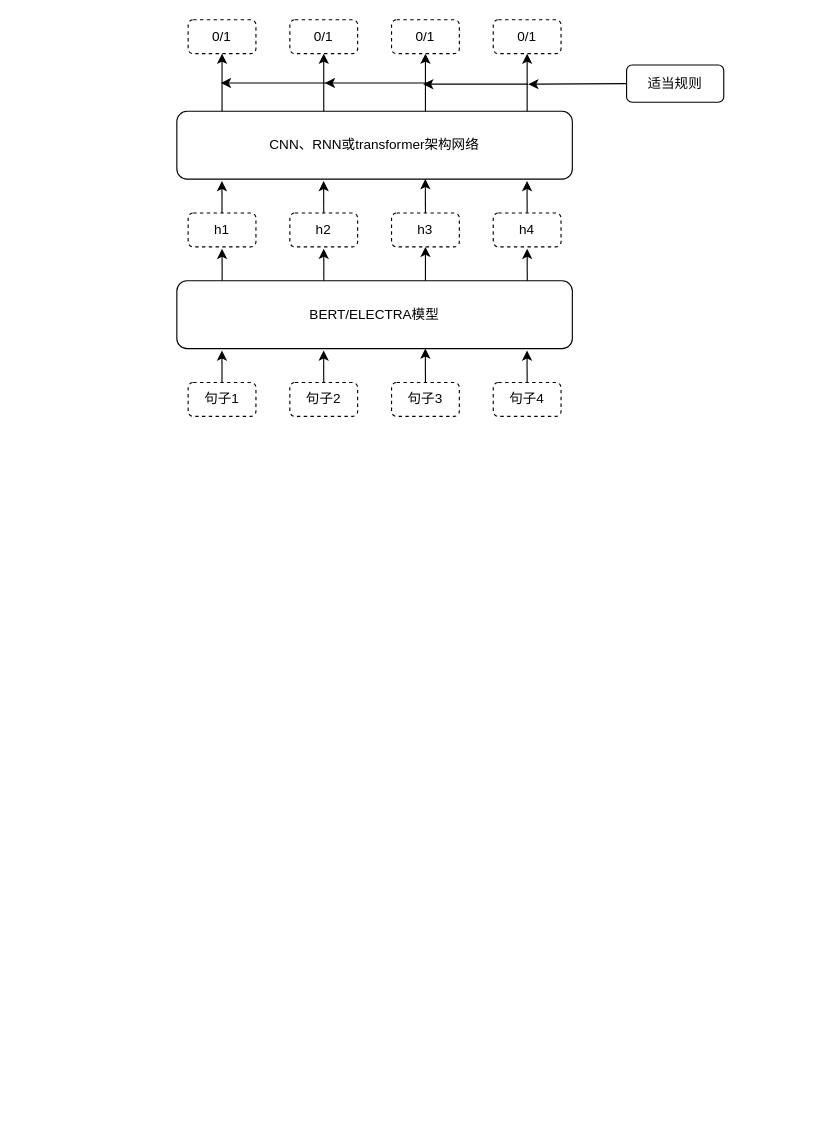
Above: 抽取模型架构.drawio in wan-wer/test (draw.io), before the change. Source tidied: cells renumbered, new cells numbered last; positions are measured from the earlier drawing's top-left corner, leaving out a move shared by most shapes. Both pictures are drawn from the tidied source at 113%, with x=0, y=0 at pixel (176, 19).
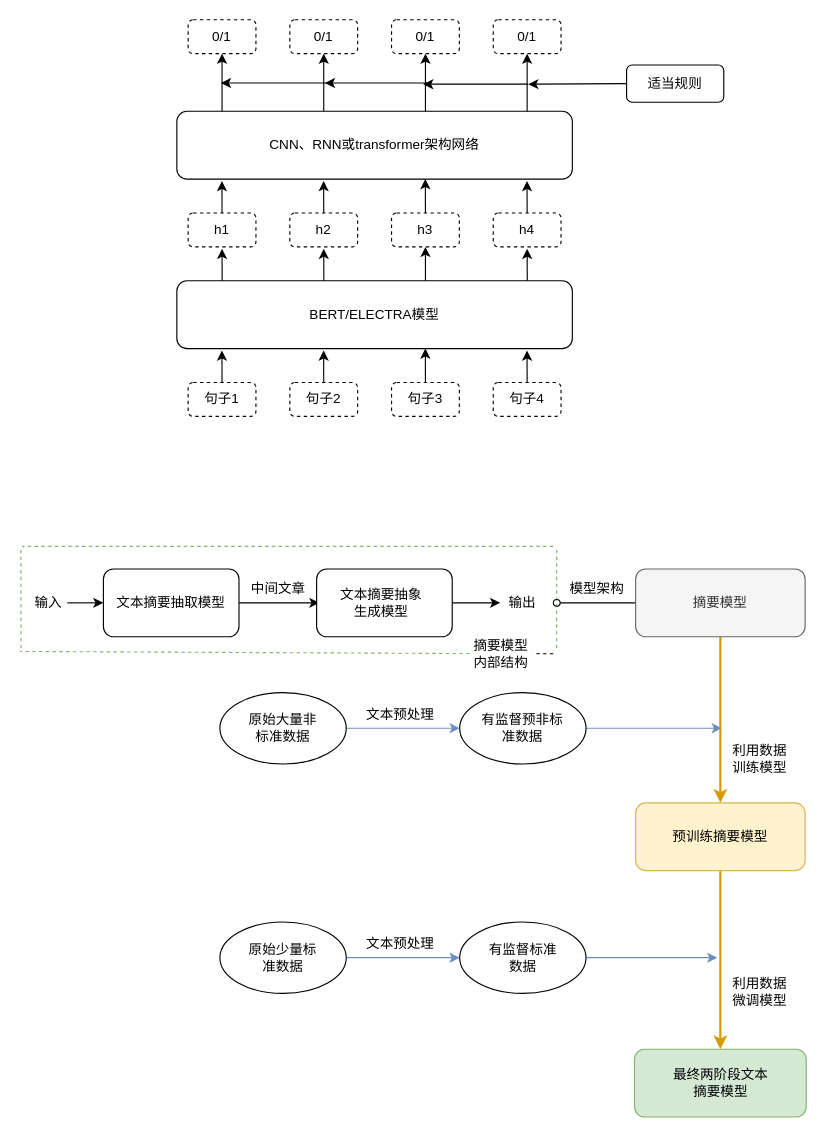
The same page after the edit.

Commit message:
更新抽取模型架构.drawio

Change to the diagram source:
```diff
@@
+    <mxCell id="37" style="edgeStyle=orthogonalEdgeStyle;rounded=0;jettySize=auto;html=1;entryX=0;entryY=0.5;entryDx=0;entryDy=0;fillColor=#dae8fc;strokeColor=#6c8ebf;" parent="1" edge="1" source="38" target="40">
+      <mxGeometry relative="1" as="geometry" />
+    </mxCell>
+    <mxCell id="38" style="ellipse;whiteSpace=wrap;html=1;rounded=0;strokeColor=default;strokeWidth=1;" parent="1" vertex="1">
+      <mxGeometry x="38.1" y="798.4" width="111.8" height="63.2" as="geometry" />
+    </mxCell>
+    <mxCell id="39" style="edgeStyle=orthogonalEdgeStyle;rounded=0;jettySize=auto;html=1;fillColor=#dae8fc;strokeColor=#6c8ebf;" parent="1" edge="1" source="40">
+      <mxGeometry relative="1" as="geometry">
+        <mxPoint x="478.3" y="830" as="targetPoint" />
+      </mxGeometry>
+    </mxCell>
+    <mxCell id="40" style="ellipse;whiteSpace=wrap;html=1;rounded=0;strokeColor=default;strokeWidth=1;" parent="1" vertex="1">
+      <mxGeometry x="250.3" y="798.4" width="111.8" height="63.2" as="geometry" />
+    </mxCell>
+    <mxCell id="41" style="edgeStyle=orthogonalEdgeStyle;rounded=0;jettySize=auto;html=1;fillColor=#dae8fc;strokeColor=#6c8ebf;" parent="1" edge="1" source="42">
+      <mxGeometry relative="1" as="geometry">
+        <mxPoint x="482.3" y="627" as="targetPoint" />
+      </mxGeometry>
+    </mxCell>
+    <mxCell id="42" style="ellipse;whiteSpace=wrap;html=1;rounded=0;strokeColor=default;strokeWidth=1;" parent="1" vertex="1">
+      <mxGeometry x="250.3" y="595.4" width="111.8" height="63.2" as="geometry" />
+    </mxCell>
+    <mxCell id="43" style="edgeStyle=orthogonalEdgeStyle;rounded=0;jettySize=auto;html=1;entryX=0;entryY=0.5;entryDx=0;entryDy=0;fillColor=#dae8fc;strokeColor=#6c8ebf;" parent="1" edge="1" source="44" target="42">
+      <mxGeometry relative="1" as="geometry" />
+    </mxCell>
+    <mxCell id="44" style="ellipse;whiteSpace=wrap;html=1;rounded=0;strokeColor=default;strokeWidth=1;" parent="1" vertex="1">
+      <mxGeometry x="38.1" y="595.4" width="111.8" height="63.2" as="geometry" />
+    </mxCell>
+    <mxCell id="45" value="输入" style="text;html=1;strokeColor=none;fillColor=none;align=center;verticalAlign=middle;whiteSpace=wrap;rounded=0;" parent="1" vertex="1">
+      <mxGeometry x="-130" y="501" width="33" height="30" as="geometry" />
+    </mxCell>
@@
+    <mxCell id="46" style="rounded=1;whiteSpace=wrap;html=1;fillColor=#d5e8d4;strokeColor=#82b366;" parent="1" vertex="1">
+      <mxGeometry x="405" y="911" width="152" height="60" as="geometry" />
+    </mxCell>
+    <mxCell id="47" style="edgeStyle=orthogonalEdgeStyle;rounded=0;jettySize=auto;html=1;entryX=0;entryY=0.5;entryDx=0;entryDy=0;" parent="1" edge="1" source="48" target="54">
+      <mxGeometry relative="1" as="geometry" />
+    </mxCell>
+    <mxCell id="48" style="rounded=1;whiteSpace=wrap;html=1;" parent="1" vertex="1">
+      <mxGeometry x="-65" y="486" width="120" height="60" as="geometry" />
+    </mxCell>
+    <mxCell id="49" value="文本摘要抽取模型" style="text;html=1;strokeColor=none;fillColor=none;align=center;verticalAlign=middle;whiteSpace=wrap;rounded=0;" parent="1" vertex="1">
+      <mxGeometry x="-60" y="501" width="110" height="30" as="geometry" />
+    </mxCell>
+    <mxCell id="50" value="有监督预非标准数据" style="text;html=1;strokeColor=none;fillColor=none;align=center;verticalAlign=middle;whiteSpace=wrap;rounded=0;" parent="1" vertex="1">
+      <mxGeometry x="266.2" y="612" width="80" height="30" as="geometry" />
+    </mxCell>
+    <mxCell id="51" value="最终两阶段文本摘要模型" style="text;html=1;strokeColor=none;fillColor=none;align=center;verticalAlign=middle;whiteSpace=wrap;rounded=0;" parent="1" vertex="1">
+      <mxGeometry x="434.8" y="926" width="92.5" height="30" as="geometry" />
+    </mxCell>
+    <mxCell id="52" value="利用数据训练模型" style="text;html=1;strokeColor=none;fillColor=none;align=center;verticalAlign=middle;whiteSpace=wrap;rounded=0;" parent="1" vertex="1">
+      <mxGeometry x="486" y="639" width="60" height="30" as="geometry" />
+    </mxCell>
+    <mxCell id="53" style="rounded=1;whiteSpace=wrap;html=1;" parent="1" vertex="1">
+      <mxGeometry x="123.7" y="486" width="120" height="60" as="geometry" />
+    </mxCell>
+    <mxCell id="54" value="文本摘要抽象&lt;br&gt;生成模型" style="text;html=1;strokeColor=none;fillColor=none;align=center;verticalAlign=middle;whiteSpace=wrap;rounded=0;" parent="1" vertex="1">
+      <mxGeometry x="126.2" y="501" width="110" height="30" as="geometry" />
+    </mxCell>
+    <mxCell id="55" style="endArrow=classic;html=1;rounded=0;startArrow=none;" parent="1" edge="1" target="54">
+      <mxGeometry relative="1" as="geometry">
+        <mxPoint x="126.2" y="509.5" as="sourcePoint" />
+      </mxGeometry>
+    </mxCell>
+    <mxCell id="56" style="endArrow=classic;html=1;rounded=0;exitX=1;exitY=0.5;exitDx=0;exitDy=0;" parent="1" edge="1" source="53">
+      <mxGeometry relative="1" as="geometry">
+        <mxPoint x="286.2" y="516" as="targetPoint" />
+      </mxGeometry>
+    </mxCell>
+    <mxCell id="57" value="输出" style="text;html=1;strokeColor=none;fillColor=none;align=center;verticalAlign=middle;whiteSpace=wrap;rounded=0;" parent="1" vertex="1">
+      <mxGeometry x="276.2" y="501" width="60" height="30" as="geometry" />
+    </mxCell>
+    <mxCell id="58" value="中间文章" style="text;html=1;strokeColor=none;fillColor=none;align=center;verticalAlign=middle;whiteSpace=wrap;rounded=0;" parent="1" vertex="1">
+      <mxGeometry x="60" y="489" width="60" height="30" as="geometry" />
+    </mxCell>
+    <mxCell id="59" style="endArrow=none;dashed=1;html=1;rounded=0;fillColor=#d5e8d4;strokeColor=#82b366;" parent="1" edge="1">
+      <mxGeometry relative="1" as="geometry">
+        <mxPoint x="-137.9" y="556" as="sourcePoint" />
+        <mxPoint x="-138" y="468.5" as="targetPoint" />
+      </mxGeometry>
+    </mxCell>
+    <mxCell id="60" style="endArrow=none;dashed=1;html=1;rounded=0;fillColor=#d5e8d4;strokeColor=#82b366;" parent="1" edge="1">
+      <mxGeometry relative="1" as="geometry">
+        <mxPoint x="336.1" y="556" as="sourcePoint" />
+        <mxPoint x="336.2" y="468.5" as="targetPoint" />
+      </mxGeometry>
+    </mxCell>
+    <mxCell id="61" style="endArrow=none;dashed=1;html=1;rounded=0;startArrow=none;fillColor=#d5e8d4;strokeColor=#82b366;" parent="1" edge="1" source="63">
+      <mxGeometry relative="1" as="geometry">
+        <mxPoint x="-139" y="559" as="targetPoint" />
+      </mxGeometry>
+    </mxCell>
+    <mxCell id="62" style="endArrow=none;dashed=1;html=1;rounded=0;fillColor=#d5e8d4;strokeColor=#82b366;" parent="1" edge="1">
+      <mxGeometry relative="1" as="geometry">
+        <mxPoint x="333.1" y="466" as="sourcePoint" />
+        <mxPoint x="-137" y="466" as="targetPoint" />
+      </mxGeometry>
+    </mxCell>
+    <mxCell id="63" value="摘要模型内部结构" style="text;html=1;strokeColor=none;fillColor=none;align=center;verticalAlign=middle;whiteSpace=wrap;rounded=0;" parent="1" vertex="1">
+      <mxGeometry x="259" y="546" width="56" height="30" as="geometry" />
+    </mxCell>
+    <mxCell id="64" style="endArrow=none;dashed=1;html=1;rounded=0;" parent="1" edge="1" target="63">
+      <mxGeometry relative="1" as="geometry">
+        <mxPoint x="333.1" y="561" as="sourcePoint" />
+      </mxGeometry>
+    </mxCell>
+    <mxCell id="65" value="有监督标准数据" style="text;html=1;strokeColor=none;fillColor=none;align=center;verticalAlign=middle;whiteSpace=wrap;rounded=0;" parent="1" vertex="1">
+      <mxGeometry x="270.8" y="815" width="71" height="30" as="geometry" />
+    </mxCell>
+    <mxCell id="66" value="利用数据微调模型" style="text;html=1;strokeColor=none;fillColor=none;align=center;verticalAlign=middle;whiteSpace=wrap;rounded=0;" parent="1" vertex="1">
+      <mxGeometry x="486" y="845" width="60" height="30" as="geometry" />
+    </mxCell>
+    <mxCell id="67" value="文本预处理" style="text;html=1;strokeColor=none;fillColor=none;align=center;verticalAlign=middle;whiteSpace=wrap;rounded=0;" parent="1" vertex="1">
+      <mxGeometry x="163" y="803" width="70" height="30" as="geometry" />
+    </mxCell>
+    <mxCell id="68" value="文本预处理" style="text;html=1;strokeColor=none;fillColor=none;align=center;verticalAlign=middle;whiteSpace=wrap;rounded=0;" parent="1" vertex="1">
+      <mxGeometry x="163" y="600" width="70" height="30" as="geometry" />
+    </mxCell>
+    <mxCell id="69" style="edgeStyle=orthogonalEdgeStyle;rounded=0;jettySize=auto;html=1;entryX=0.5;entryY=0;entryDx=0;entryDy=0;strokeWidth=2;fillColor=#ffe6cc;strokeColor=#d79b00;" parent="1" edge="1" source="71" target="76">
+      <mxGeometry relative="1" as="geometry" />
+    </mxCell>
+    <mxCell id="70" style="edgeStyle=orthogonalEdgeStyle;rounded=1;jettySize=auto;html=1;entryX=1;entryY=0.5;entryDx=0;entryDy=0;endArrow=oval;endFill=0;" parent="1" edge="1" source="71" target="57">
+      <mxGeometry relative="1" as="geometry" />
+    </mxCell>
+    <mxCell id="71" value="摘要模型" style="rounded=1;whiteSpace=wrap;html=1;fillColor=#f5f5f5;fontColor=#333333;strokeColor=#666666;" parent="1" vertex="1">
+      <mxGeometry x="406" y="486" width="150" height="60" as="geometry" />
+    </mxCell>
+    <mxCell id="72" style="endArrow=classic;html=1;rounded=0;exitX=1;exitY=0.5;exitDx=0;exitDy=0;" parent="1" edge="1" source="45">
+      <mxGeometry relative="1" as="geometry">
+        <mxPoint x="-65" y="516" as="targetPoint" />
+      </mxGeometry>
+    </mxCell>
+    <mxCell id="73" value="原始大量非标准数据" style="text;html=1;strokeColor=none;fillColor=none;align=center;verticalAlign=middle;whiteSpace=wrap;rounded=0;" parent="1" vertex="1">
+      <mxGeometry x="59" y="612" width="70" height="30" as="geometry" />
+    </mxCell>
+    <mxCell id="74" value="原始少量标准数据" style="text;html=1;strokeColor=none;fillColor=none;align=center;verticalAlign=middle;whiteSpace=wrap;rounded=0;" parent="1" vertex="1">
+      <mxGeometry x="59" y="815" width="70" height="30" as="geometry" />
+    </mxCell>
+    <mxCell id="75" style="edgeStyle=orthogonalEdgeStyle;rounded=1;jettySize=auto;html=1;entryX=0.5;entryY=0;entryDx=0;entryDy=0;strokeWidth=2;fillColor=#ffe6cc;strokeColor=#d79b00;" parent="1" edge="1" source="76" target="46">
+      <mxGeometry relative="1" as="geometry" />
+    </mxCell>
+    <mxCell id="76" value="预训练摘要模型" style="rounded=1;whiteSpace=wrap;html=1;fillColor=#fff2cc;strokeColor=#d6b656;" parent="1" vertex="1">
+      <mxGeometry x="406" y="693" width="150" height="60" as="geometry" />
+    </mxCell>
+    <mxCell id="77" value="模型架构" style="text;html=1;strokeColor=none;fillColor=none;align=center;verticalAlign=middle;whiteSpace=wrap;rounded=0;strokeWidth=1;" parent="1" vertex="1">
+      <mxGeometry x="341.8" y="489" width="60" height="30" as="geometry" />
+    </mxCell>
```
